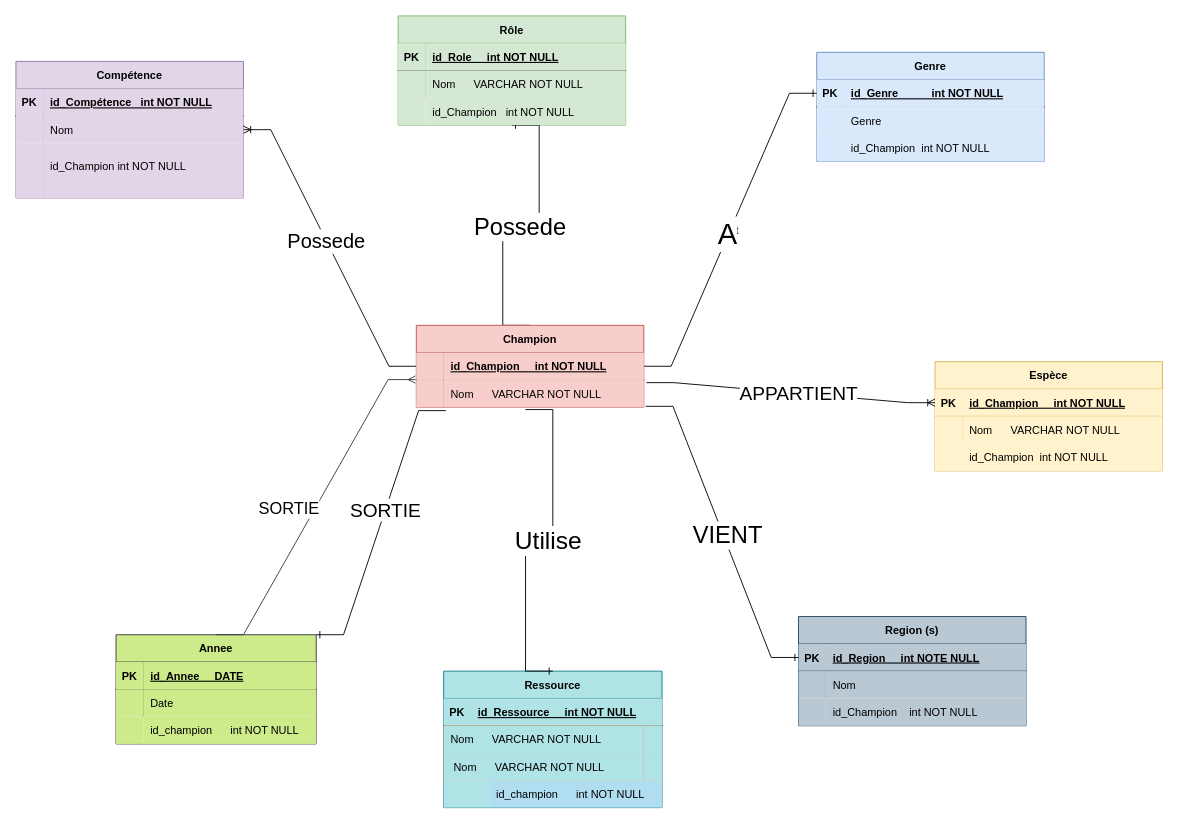
Mouhamad-A/BTS2-CIEL-IR-MCD-2024-2025 keeps this draw.io diagram as Diagramme sans nom.drawio. Above is the earlier version. Source tidied: cells renumbered, new cells numbered last; positions are measured from the earlier drawing's top-left corner, leaving out a move shared by most shapes. Both pictures are drawn from the tidied source at 91%, with x=0, y=0 at pixel (15, 15).
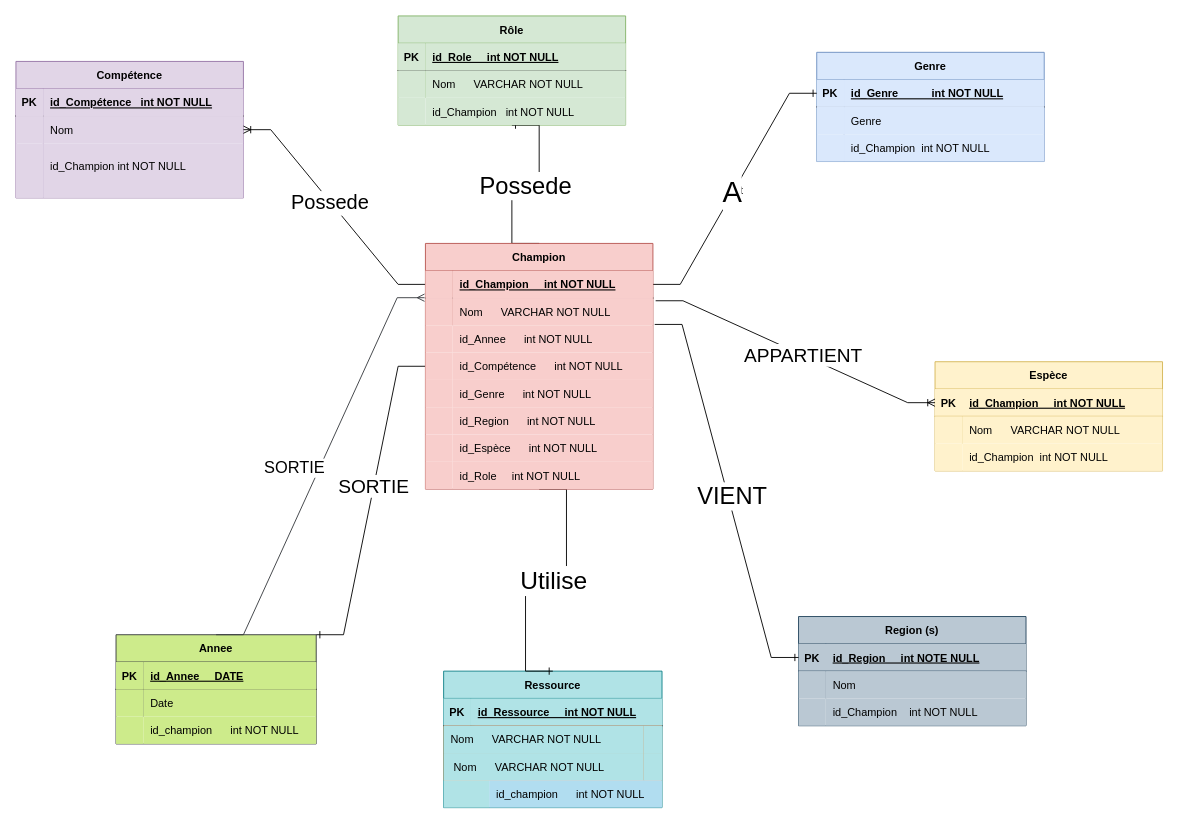
The same page after the edit.

Commit message:
Mettre à jour Diagramme sans nom.drawio

Unchanged cells that the change refers to:
```xml
<mxCell id="29" value="Annee" style="shape=table;startSize=30;childLayout=tableLayout;rowLines=0;fontStyle=1;align=center;fillColor=#cdeb8b;strokeColor=#36393d;" parent="1" vertex="1">
  <mxGeometry x="110" y="680" width="220" height="120" as="geometry" />
</mxCell>
<mxCell id="54" value="Ressource" style="shape=table;startSize=30;childLayout=tableLayout;rowLines=0;fontStyle=1;align=center;fillColor=#b0e3e6;strokeColor=#0e8088;" parent="1" vertex="1">
  <mxGeometry x="470" y="720" width="240" height="150" as="geometry" />
</mxCell>
<mxCell id="89" style="shape=partialRectangle;fillColor=none;points=[[0,0.5],[1,0.5]];portConstraint=eastwest;top=0;left=0;right=0;bottom=0;" parent="85" vertex="1">
  <mxGeometry y="60" width="250" height="30" as="geometry" />
</mxCell>
```

The edit, as a diff of the source:
```diff
@@
-    <mxCell id="79" style="edgeStyle=entityRelationEdgeStyle;fontSize=12;html=1;endArrow=ERone;endFill=1;rounded=0;exitX=0.13;exitY=1.125;exitDx=0;exitDy=0;entryX=1;entryY=0;entryDx=0;entryDy=0;exitPerimeter=0;" parent="1" edge="1" source="89" target="29">
+    <mxCell id="79" style="edgeStyle=entityRelationEdgeStyle;fontSize=12;html=1;endArrow=ERone;endFill=1;rounded=0;exitX=0;exitY=0.5;exitDx=0;exitDy=0;entryX=1;entryY=0;entryDx=0;entryDy=0;" parent="1" edge="1" source="85" target="29">
       <mxGeometry relative="1" as="geometry">
         <Array as="points">
           <mxPoint x="465" y="524.8" />
           <mxPoint x="358.5" y="634.8" />
           <mxPoint x="214" y="664.8" />
           <mxPoint x="298.5" y="594.8" />
         </Array>
       </mxGeometry>
     </mxCell>
@@
-    <mxCell id="83" style="edgeStyle=entityRelationEdgeStyle;fontSize=12;html=1;endArrow=ERone;endFill=1;rounded=0;exitX=0.48;exitY=1.086;exitDx=0;exitDy=0;exitPerimeter=0;entryX=0.5;entryY=0;entryDx=0;entryDy=0;" parent="1" edge="1" source="89" target="54">
+    <mxCell id="83" style="edgeStyle=entityRelationEdgeStyle;fontSize=12;html=1;endArrow=ERone;endFill=1;rounded=0;exitX=0.5;exitY=1;exitDx=0;exitDy=0;entryX=0.5;entryY=0;entryDx=0;entryDy=0;" parent="1" edge="1" source="85" target="54">
       <mxGeometry relative="1" as="geometry">
         <Array as="points">
           <mxPoint x="588.5" y="436" />
           <mxPoint x="444" y="466" />
           <mxPoint x="528.5" y="396" />
         </Array>
       </mxGeometry>
     </mxCell>
@@
     <mxCell id="85" value="Champion" style="shape=table;startSize=30;childLayout=tableLayout;rowLines=0;fontStyle=1;align=center;fillColor=#f8cecc;strokeColor=#b85450;" parent="1" vertex="1">
-      <mxGeometry x="440" y="340" width="250" height="90" as="geometry" />
+      <mxGeometry x="450" y="250" width="250" height="270" as="geometry" />
     </mxCell>
@@
+    <mxCell id="96" value="id_Annee      int NOT NULL" style="shape=partialRectangle;overflow=hidden;fillColor=#f8cecc;top=0;left=0;bottom=0;right=0;align=left;spacingLeft=6;strokeColor=#b85450;" parent="1" vertex="1">
+      <mxGeometry x="480" y="340" width="220" height="30" as="geometry" />
+    </mxCell>
+    <mxCell id="97" value="id_Compétence      int NOT NULL" style="shape=partialRectangle;overflow=hidden;fillColor=#f8cecc;top=0;left=0;bottom=0;right=0;align=left;spacingLeft=6;strokeColor=#b85450;" parent="1" vertex="1">
+      <mxGeometry x="480" y="370" width="220" height="30" as="geometry" />
+    </mxCell>
+    <mxCell id="98" value="id_Genre      int NOT NULL" style="shape=partialRectangle;overflow=hidden;fillColor=#f8cecc;top=0;left=0;bottom=0;right=0;align=left;spacingLeft=6;strokeColor=#b85450;" parent="1" vertex="1">
+      <mxGeometry x="480" y="400" width="220" height="30" as="geometry" />
+    </mxCell>
+    <mxCell id="99" value="id_Region      int NOT NULL" style="shape=partialRectangle;overflow=hidden;fillColor=#f8cecc;top=0;left=0;bottom=0;right=0;align=left;spacingLeft=6;strokeColor=#b85450;" parent="1" vertex="1">
+      <mxGeometry x="480" y="430" width="220" height="30" as="geometry" />
+    </mxCell>
+    <mxCell id="100" style="shape=partialRectangle;overflow=hidden;fillColor=#f8cecc;top=0;left=0;bottom=0;right=0;strokeColor=#b85450;" parent="1" vertex="1">
+      <mxGeometry x="450" y="340" width="30" height="30" as="geometry" />
+    </mxCell>
+    <mxCell id="101" style="shape=partialRectangle;overflow=hidden;fillColor=#f8cecc;top=0;left=0;bottom=0;right=0;strokeColor=#b85450;" parent="1" vertex="1">
+      <mxGeometry x="450" y="370" width="30" height="30" as="geometry" />
+    </mxCell>
+    <mxCell id="102" style="shape=partialRectangle;overflow=hidden;fillColor=#f8cecc;top=0;left=0;bottom=0;right=0;strokeColor=#b85450;" parent="1" vertex="1">
+      <mxGeometry x="450" y="400" width="30" height="30" as="geometry" />
+    </mxCell>
+    <mxCell id="103" style="shape=partialRectangle;overflow=hidden;fillColor=#f8cecc;top=0;left=0;bottom=0;right=0;strokeColor=#b85450;" parent="1" vertex="1">
+      <mxGeometry x="450" y="430" width="30" height="30" as="geometry" />
+    </mxCell>
+    <mxCell id="104" value="id_Espèce      int NOT NULL" style="shape=partialRectangle;overflow=hidden;fillColor=#f8cecc;top=0;left=0;bottom=0;right=0;align=left;spacingLeft=6;strokeColor=#b85450;" parent="1" vertex="1">
+      <mxGeometry x="480" y="460" width="220" height="30" as="geometry" />
+    </mxCell>
+    <mxCell id="105" value="id_Role     int NOT NULL" style="shape=partialRectangle;overflow=hidden;fillColor=#f8cecc;top=0;left=0;bottom=0;right=0;align=left;spacingLeft=6;strokeColor=#b85450;" parent="1" vertex="1">
+      <mxGeometry x="480" y="490" width="220" height="30" as="geometry" />
+    </mxCell>
+    <mxCell id="106" style="shape=partialRectangle;overflow=hidden;fillColor=#f8cecc;top=0;left=0;bottom=0;right=0;strokeColor=#b85450;" parent="1" vertex="1">
+      <mxGeometry x="450" y="460" width="30" height="30" as="geometry" />
+    </mxCell>
+    <mxCell id="107" style="shape=partialRectangle;overflow=hidden;fillColor=#f8cecc;top=0;left=0;bottom=0;right=0;strokeColor=#b85450;" parent="1" vertex="1">
+      <mxGeometry x="450" y="490" width="30" height="30" as="geometry" />
+    </mxCell>
```
